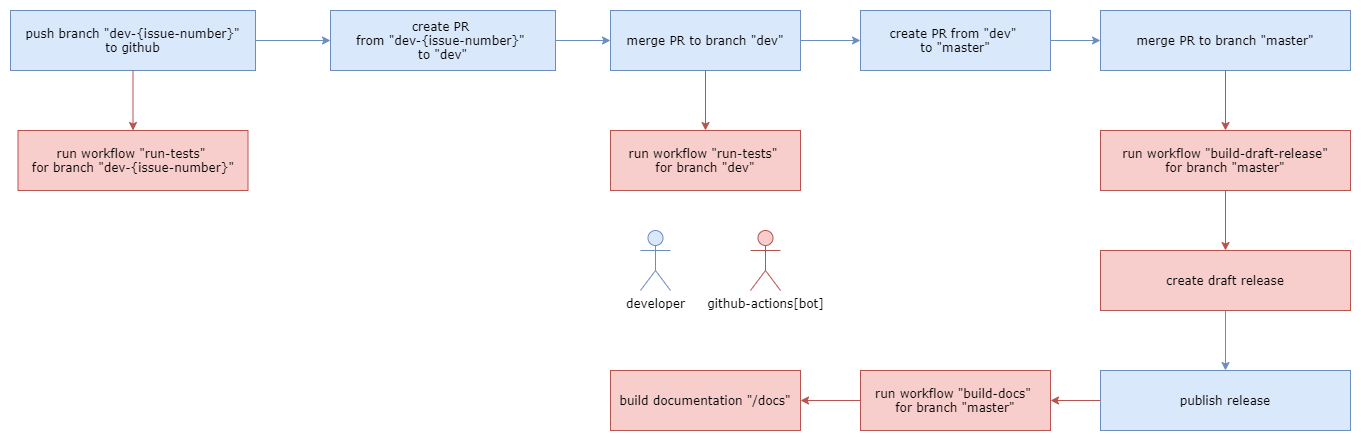
This is docs/ContributingProcess.png from alexander12356/UnitedGameJam2020, a draw.io export, as it was before one commit. Source tidied: cells renumbered, new cells last; positions are measured from the earlier drawing's top-left corner, leaving out a move shared by most shapes.
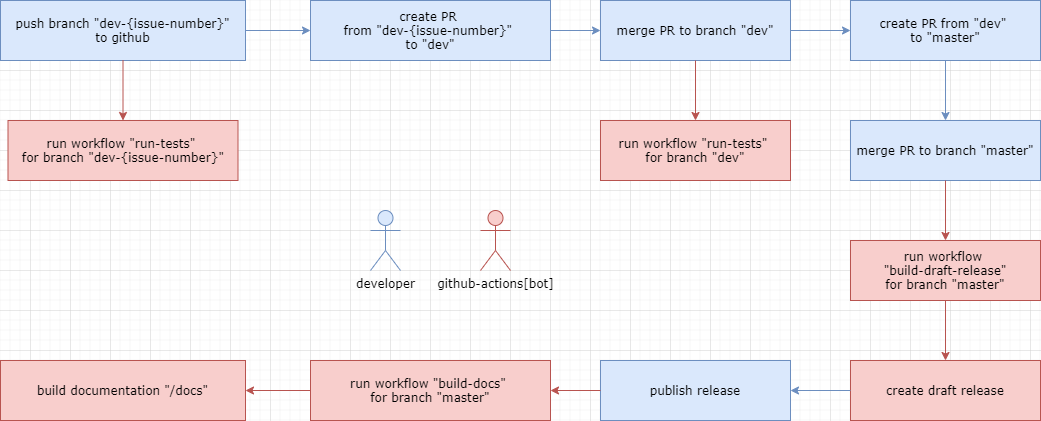
The same file after the commit.

Commit message:
Fixes #27. Fix ContributingProcess scheme

The edit, as a diff of the source:
```diff
@@ -3,13 +3,13 @@
     <mxCell id="0" />
     <mxCell id="1" parent="0" />
     <mxCell id="2" value="merge PR to branch &quot;master&quot;" style="rounded=0;whiteSpace=wrap;html=1;fontFamily=Verdana;fontSize=12;fillColor=#dae8fc;strokeColor=#6c8ebf;" parent="1" vertex="1">
-      <mxGeometry x="1090" width="250" height="60" as="geometry" />
+      <mxGeometry x="850" y="120" width="190" height="60" as="geometry" />
     </mxCell>
     <mxCell id="3" value="merge PR to branch &quot;dev&quot;" style="rounded=0;whiteSpace=wrap;html=1;fontFamily=Verdana;fontSize=12;fillColor=#dae8fc;strokeColor=#6c8ebf;" parent="1" vertex="1">
       <mxGeometry x="600" width="190" height="60" as="geometry" />
     </mxCell>
     <mxCell id="4" value="developer" style="shape=umlActor;verticalLabelPosition=bottom;verticalAlign=top;html=1;fillColor=#dae8fc;strokeColor=#6c8ebf;fontFamily=Verdana;fontSize=12;" parent="1" vertex="1">
-      <mxGeometry x="630" y="220" width="30" height="60" as="geometry" />
+      <mxGeometry x="370" y="210" width="30" height="60" as="geometry" />
     </mxCell>
     <mxCell id="5" value="push branch &quot;dev-{issue-number}&quot;&lt;br&gt;to github" style="rounded=0;whiteSpace=wrap;html=1;fontFamily=Verdana;fontSize=12;fillColor=#dae8fc;strokeColor=#6c8ebf;" parent="1" vertex="1">
       <mxGeometry width="245" height="60" as="geometry" />
@@ -29,20 +29,20 @@
     <mxCell id="10" style="endArrow=classic;html=1;exitX=0.5;exitY=1;exitDx=0;exitDy=0;entryX=0.5;entryY=0;entryDx=0;entryDy=0;fillColor=#f8cecc;strokeColor=#b85450;fontFamily=Verdana;fontSize=12;" parent="1" edge="1" source="3" target="8">
       <mxGeometry relative="1" as="geometry" />
     </mxCell>
-    <mxCell id="11" value="run workflow &quot;build-draft-release&quot;&lt;br&gt;for branch &quot;master&quot;" style="rounded=0;whiteSpace=wrap;html=1;fontFamily=Verdana;fontSize=12;fillColor=#f8cecc;strokeColor=#b85450;" parent="1" vertex="1">
-      <mxGeometry x="1090" y="120" width="250" height="60" as="geometry" />
+    <mxCell id="11" value="run workflow &lt;br&gt;&quot;build-draft-release&quot;&lt;br&gt;for branch &quot;master&quot;" style="rounded=0;whiteSpace=wrap;html=1;fontFamily=Verdana;fontSize=12;fillColor=#f8cecc;strokeColor=#b85450;" parent="1" vertex="1">
+      <mxGeometry x="850" y="240" width="190" height="60" as="geometry" />
     </mxCell>
     <mxCell id="12" style="endArrow=classic;html=1;exitX=0.5;exitY=1;exitDx=0;exitDy=0;entryX=0.5;entryY=0;entryDx=0;entryDy=0;fillColor=#f8cecc;strokeColor=#b85450;fontFamily=Verdana;fontSize=12;" parent="1" edge="1" source="2" target="11">
       <mxGeometry relative="1" as="geometry" />
     </mxCell>
     <mxCell id="13" value="create draft release" style="rounded=0;whiteSpace=wrap;html=1;fontFamily=Verdana;fontSize=12;fillColor=#f8cecc;strokeColor=#b85450;" parent="1" vertex="1">
-      <mxGeometry x="1090" y="240" width="250" height="60" as="geometry" />
+      <mxGeometry x="850" y="360" width="190" height="60" as="geometry" />
     </mxCell>
     <mxCell id="14" value="github-actions[bot]" style="shape=umlActor;verticalLabelPosition=bottom;verticalAlign=top;html=1;fontFamily=Verdana;fontSize=12;fillColor=#f8cecc;strokeColor=#b85450;" parent="1" vertex="1">
-      <mxGeometry x="740" y="220" width="30" height="60" as="geometry" />
+      <mxGeometry x="480" y="210" width="30" height="60" as="geometry" />
     </mxCell>
     <mxCell id="15" value="create PR &lt;br&gt;from &quot;dev-{issue-number}&quot; &lt;br&gt;to &quot;dev&quot;" style="rounded=0;whiteSpace=wrap;html=1;fontFamily=Verdana;fontSize=12;fillColor=#dae8fc;strokeColor=#6c8ebf;" parent="1" vertex="1">
-      <mxGeometry x="320" width="225" height="60" as="geometry" />
+      <mxGeometry x="310" width="240" height="60" as="geometry" />
     </mxCell>
     <mxCell id="16" style="endArrow=classic;html=1;exitX=1;exitY=0.5;exitDx=0;exitDy=0;entryX=0;entryY=0.5;entryDx=0;entryDy=0;fillColor=#dae8fc;strokeColor=#6c8ebf;fontFamily=Verdana;fontSize=12;" parent="1" edge="1" source="5" target="15">
       <mxGeometry relative="1" as="geometry" />
@@ -53,26 +53,26 @@
     <mxCell id="18" value="run workflow &quot;run-tests&quot;&amp;nbsp;&lt;br&gt;for branch &quot;dev-{issue-number}&quot;" style="rounded=0;whiteSpace=wrap;html=1;fontFamily=Verdana;fontSize=12;fillColor=#f8cecc;strokeColor=#b85450;" parent="1" vertex="1">
       <mxGeometry x="7.5" y="120" width="230" height="60" as="geometry" />
     </mxCell>
-    <mxCell id="19" style="endArrow=classic;html=1;exitX=1;exitY=0.5;exitDx=0;exitDy=0;entryX=0;entryY=0.5;entryDx=0;entryDy=0;fillColor=#dae8fc;strokeColor=#6c8ebf;fontFamily=Verdana;fontSize=12;" parent="1" edge="1" source="17" target="2">
+    <mxCell id="19" style="endArrow=classic;html=1;exitX=0.5;exitY=1;exitDx=0;exitDy=0;entryX=0.5;entryY=0;entryDx=0;entryDy=0;fillColor=#dae8fc;strokeColor=#6c8ebf;fontFamily=Verdana;fontSize=12;" parent="1" edge="1" source="17" target="2">
       <mxGeometry relative="1" as="geometry" />
     </mxCell>
     <mxCell id="20" style="endArrow=classic;html=1;fontFamily=Verdana;fontSize=12;exitX=0.5;exitY=1;exitDx=0;exitDy=0;entryX=0.5;entryY=0;entryDx=0;entryDy=0;fillColor=#f8cecc;strokeColor=#b85450;" parent="1" edge="1" source="11" target="13">
       <mxGeometry relative="1" as="geometry" />
     </mxCell>
     <mxCell id="21" value="publish release" style="rounded=0;whiteSpace=wrap;html=1;fontFamily=Verdana;fontSize=12;fillColor=#dae8fc;strokeColor=#6c8ebf;" parent="1" vertex="1">
-      <mxGeometry x="1090" y="360" width="250" height="60" as="geometry" />
+      <mxGeometry x="600" y="360" width="190" height="60" as="geometry" />
     </mxCell>
-    <mxCell id="22" style="endArrow=classic;html=1;fontFamily=Verdana;fontSize=12;entryX=0.5;entryY=0;entryDx=0;entryDy=0;fillColor=#dae8fc;strokeColor=#6c8ebf;exitX=0.5;exitY=1;exitDx=0;exitDy=0;" parent="1" edge="1" source="13" target="21">
+    <mxCell id="22" style="endArrow=classic;html=1;fontFamily=Verdana;fontSize=12;entryX=1;entryY=0.5;entryDx=0;entryDy=0;fillColor=#dae8fc;strokeColor=#6c8ebf;exitX=0;exitY=0.5;exitDx=0;exitDy=0;" parent="1" edge="1" source="13" target="21">
       <mxGeometry relative="1" as="geometry" />
     </mxCell>
     <mxCell id="23" value="run workflow &quot;build-docs&quot;&amp;nbsp;&lt;br&gt;for branch &quot;master&quot;" style="rounded=0;whiteSpace=wrap;html=1;fontFamily=Verdana;fontSize=12;fillColor=#f8cecc;strokeColor=#b85450;" parent="1" vertex="1">
-      <mxGeometry x="850" y="360" width="190" height="60" as="geometry" />
+      <mxGeometry x="310" y="360" width="240" height="60" as="geometry" />
     </mxCell>
     <mxCell id="24" style="endArrow=classic;html=1;exitX=0;exitY=0.5;exitDx=0;exitDy=0;entryX=1;entryY=0.5;entryDx=0;entryDy=0;fillColor=#f8cecc;strokeColor=#b85450;fontFamily=Verdana;fontSize=12;" parent="1" edge="1" source="21" target="23">
       <mxGeometry relative="1" as="geometry" />
     </mxCell>
     <mxCell id="25" value="build documentation &quot;/docs&quot;" style="rounded=0;whiteSpace=wrap;html=1;fontFamily=Verdana;fontSize=12;fillColor=#f8cecc;strokeColor=#b85450;" parent="1" vertex="1">
-      <mxGeometry x="600" y="360" width="190" height="60" as="geometry" />
+      <mxGeometry y="360" width="245" height="60" as="geometry" />
     </mxCell>
     <mxCell id="26" style="endArrow=classic;html=1;exitX=0;exitY=0.5;exitDx=0;exitDy=0;entryX=1;entryY=0.5;entryDx=0;entryDy=0;fillColor=#f8cecc;strokeColor=#b85450;fontFamily=Verdana;fontSize=12;" parent="1" edge="1" source="23" target="25">
       <mxGeometry relative="1" as="geometry" />
```
